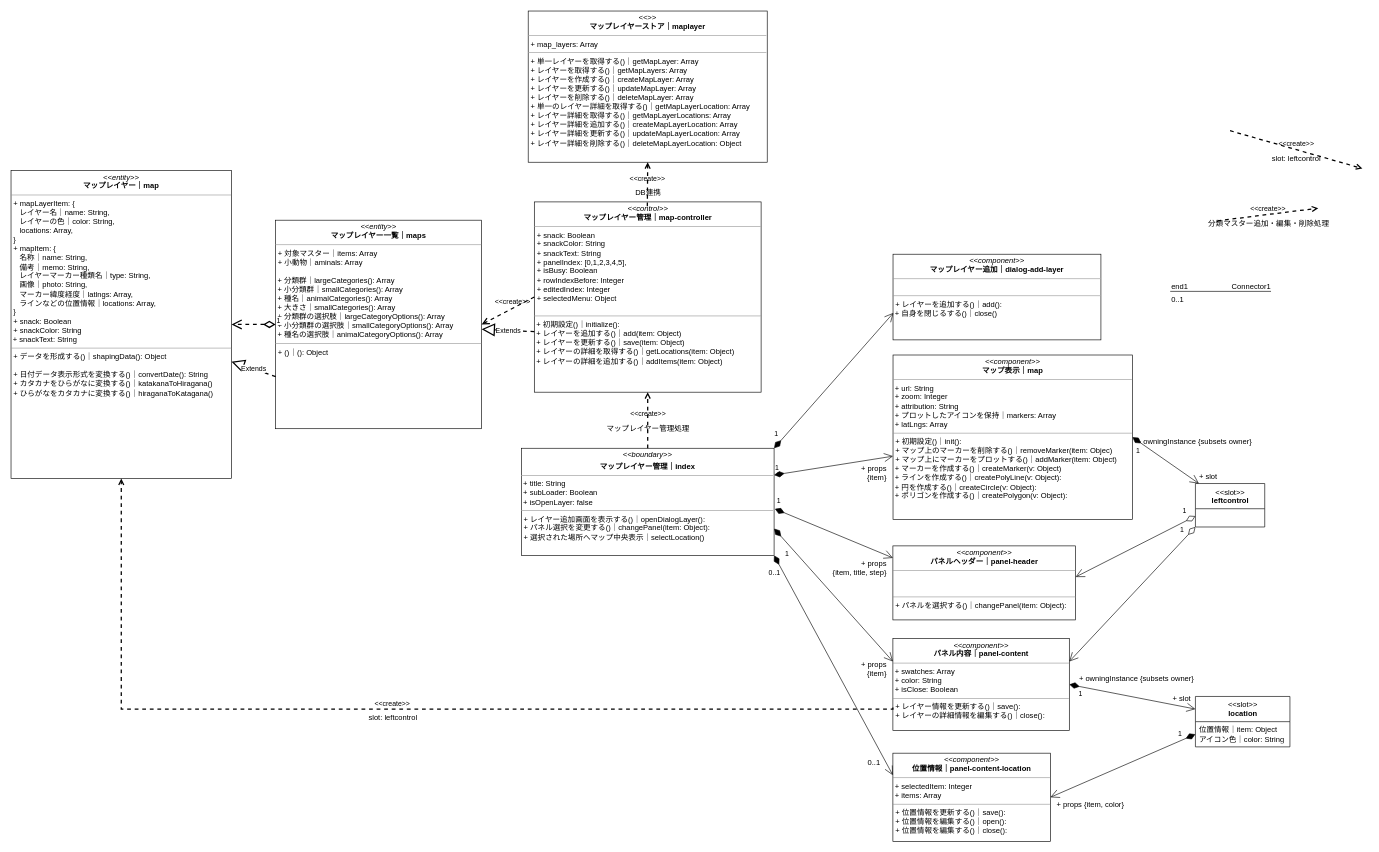
Above: iriomote-anymaps.drawio in kaoru387/draw.io (draw.io), before the change. Source tidied: cells renumbered, new cells numbered last; positions are measured from the earlier drawing's top-left corner, leaving out a move shared by most shapes. Both pictures are drawn from the tidied source at 63%, with x=0, y=0 at pixel (11, 11).
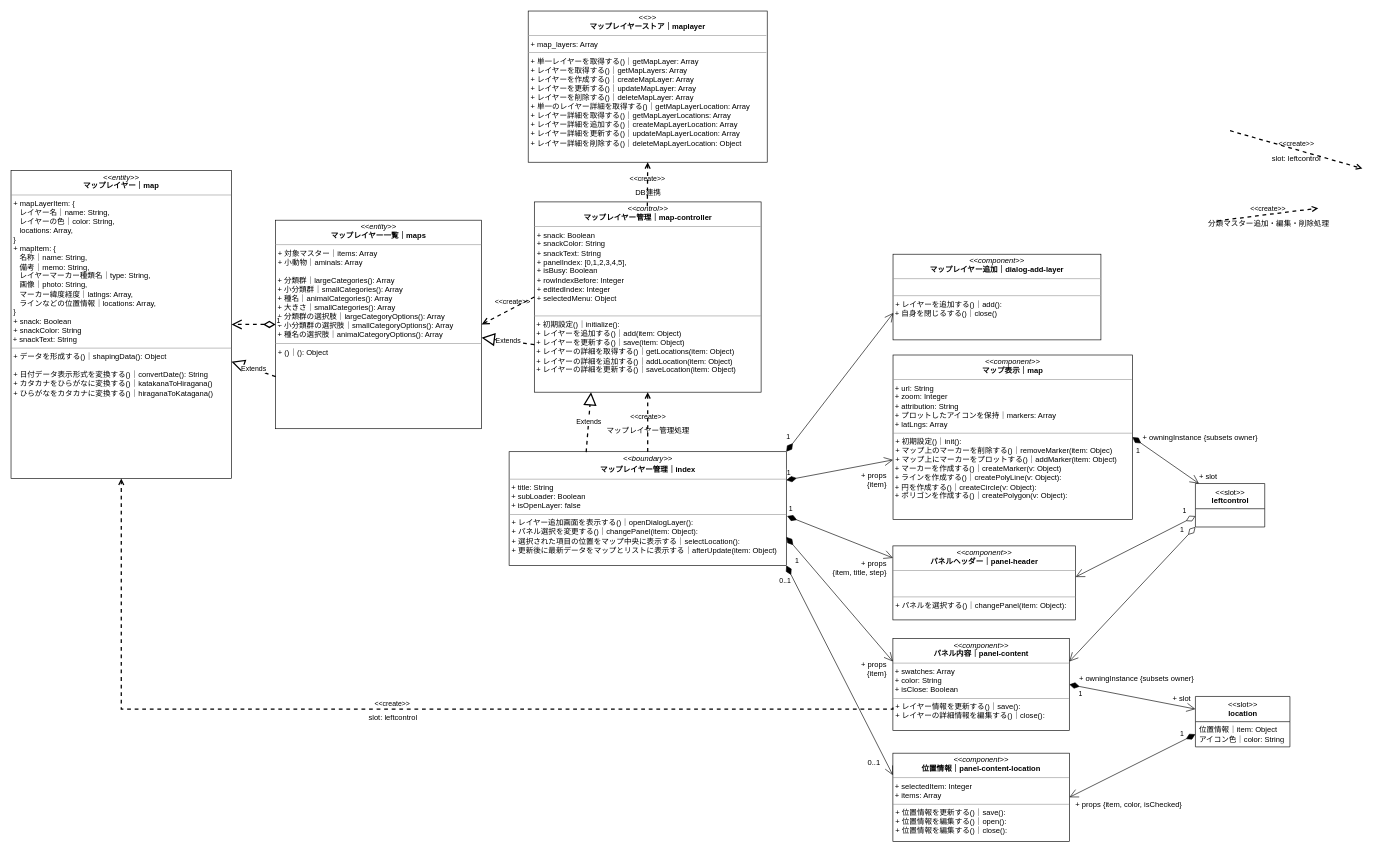
Above is the later version.

Commit message:
iriomote-anymaps.drawio を更新します

The change refers to these unchanged cells:
```xml
<mxCell id="4" value="&lt;p style=&quot;margin:0px;margin-top:4px;text-align:center;&quot;&gt;&lt;i&gt;&amp;lt;&amp;lt;entity&amp;gt;&amp;gt;&lt;/i&gt;&lt;br&gt;&lt;b&gt;マップレイヤー一覧｜&lt;/b&gt;&lt;b&gt;map&lt;/b&gt;&lt;b&gt;s&lt;/b&gt;&lt;br&gt;&lt;/p&gt;&lt;hr size=&quot;1&quot;&gt;&lt;p style=&quot;margin:0px;margin-left:4px;&quot;&gt;+ 対象マスター｜items: Array&lt;/p&gt;&lt;p style=&quot;margin:0px;margin-left:4px;&quot;&gt;+ 小動物｜aminals: Array&lt;br&gt;&lt;/p&gt;&lt;p style=&quot;margin:0px;margin-left:4px;&quot;&gt;&lt;br&gt;&lt;/p&gt;&lt;div style=&quot;&quot;&gt;&lt;div&gt;&amp;nbsp;+ 分類群｜largeCategories(): Array&lt;/div&gt;&lt;div&gt;&amp;nbsp;+ 小分類群｜smallCategories(): Array&lt;/div&gt;&lt;div&gt;&amp;nbsp;+ 種名｜animalCategories(): Array&lt;br&gt;&lt;/div&gt;&lt;div&gt;&amp;nbsp;+ 大きさ｜smallCategories(): Array&lt;br&gt;&lt;/div&gt;&lt;div&gt;&amp;nbsp;+ 分類群の選択肢｜largeCategoryOptions(): Array&lt;/div&gt;&lt;div&gt;&amp;nbsp;+ 小分類群の選択肢｜smallCategoryOptions(): Array&lt;br&gt;&lt;/div&gt;&lt;div&gt;&amp;nbsp;+ 種名の選択肢｜animalCategoryOptions(): Array&lt;/div&gt;&lt;/div&gt;&lt;hr size=&quot;1&quot;&gt;&lt;p style=&quot;margin:0px;margin-left:4px;&quot;&gt;&lt;span style=&quot;background-color: initial;&quot;&gt;+ ()｜(): Object&lt;/span&gt;&lt;br&gt;&lt;/p&gt;&lt;p style=&quot;margin:0px;margin-left:4px;&quot;&gt;&lt;br&gt;&lt;/p&gt;" style="verticalAlign=top;align=left;overflow=fill;fontSize=12;fontFamily=Helvetica;html=1;fontColor=#000000;" parent="1" vertex="1">
  <mxGeometry x="420" y="332" width="327" height="331" as="geometry" />
</mxCell>
```

Diff of the diagram source:
```diff
@@
-    <mxCell id="2" value="&lt;p style=&quot;margin:0px;margin-top:4px;text-align:center;&quot;&gt;&lt;i&gt;&amp;lt;&amp;lt;control&amp;gt;&amp;gt;&lt;/i&gt;&lt;br&gt;&lt;b&gt;マップレイヤー管理｜map-controller&lt;/b&gt;&lt;/p&gt;&lt;hr size=&quot;1&quot;&gt;&lt;p style=&quot;margin:0px;margin-left:4px;&quot;&gt;+&amp;nbsp;&lt;span style=&quot;background-color: initial;&quot;&gt;snack: Boolean&lt;/span&gt;&lt;/p&gt;&lt;p style=&quot;margin:0px;margin-left:4px;&quot;&gt;+ snackColor: String&lt;/p&gt;&lt;p style=&quot;margin:0px;margin-left:4px;&quot;&gt;+ snackText: String&lt;/p&gt;&lt;p style=&quot;margin:0px;margin-left:4px;&quot;&gt;+ panelIndex: [0,1,2,3,4,5],&lt;/p&gt;&lt;p style=&quot;margin:0px;margin-left:4px;&quot;&gt;+ isBusy: Boolean&lt;/p&gt;&lt;p style=&quot;margin:0px;margin-left:4px;&quot;&gt;+ rowIndexBefore: Integer&lt;/p&gt;&lt;p style=&quot;margin:0px;margin-left:4px;&quot;&gt;+ editedIndex: Integer&lt;/p&gt;&lt;p style=&quot;margin:0px;margin-left:4px;&quot;&gt;+ selectedMenu: Object&lt;/p&gt;&lt;br&gt;&lt;div&gt;&lt;/div&gt;&lt;hr size=&quot;1&quot;&gt;&lt;p style=&quot;margin:0px;margin-left:4px;&quot;&gt;&lt;/p&gt;&amp;nbsp;+ 初期設定()｜initialize():&amp;nbsp;&lt;br&gt;&amp;nbsp;&lt;span style=&quot;background-color: initial;&quot;&gt;+&amp;nbsp;&lt;/span&gt;レイヤーを追加する()｜&lt;span style=&quot;background-color: initial;&quot;&gt;add(item: Object)&lt;br&gt;&lt;/span&gt;&amp;nbsp;&lt;span style=&quot;background-color: initial;&quot;&gt;+&amp;nbsp;&lt;/span&gt;レイヤーを更新する()｜&lt;span style=&quot;background-color: initial;&quot;&gt;save(item: Object)&lt;/span&gt;&lt;span style=&quot;background-color: initial;&quot;&gt;&lt;br&gt;&lt;/span&gt;&amp;nbsp;&lt;span style=&quot;background-color: initial;&quot;&gt;+&amp;nbsp;&lt;/span&gt;レイヤーの詳細を取得する()｜&lt;span style=&quot;background-color: initial;&quot;&gt;getLocations(item: Object)&lt;br&gt;&lt;/span&gt;&amp;nbsp;&lt;span style=&quot;background-color: initial;&quot;&gt;+&amp;nbsp;&lt;/span&gt;レイヤーの詳細を追加する()｜&lt;span style=&quot;background-color: initial;&quot;&gt;addItems(item: Object)&lt;/span&gt;&lt;span style=&quot;background-color: initial;&quot;&gt;&lt;br&gt;&lt;/span&gt;" style="verticalAlign=top;align=left;overflow=fill;fontSize=12;fontFamily=Helvetica;html=1;" parent="1" vertex="1">
+    <mxCell id="2" value="&lt;p style=&quot;margin:0px;margin-top:4px;text-align:center;&quot;&gt;&lt;i&gt;&amp;lt;&amp;lt;control&amp;gt;&amp;gt;&lt;/i&gt;&lt;br&gt;&lt;b&gt;マップレイヤー管理｜map-controller&lt;/b&gt;&lt;/p&gt;&lt;hr size=&quot;1&quot;&gt;&lt;p style=&quot;margin:0px;margin-left:4px;&quot;&gt;+&amp;nbsp;&lt;span style=&quot;background-color: initial;&quot;&gt;snack: Boolean&lt;/span&gt;&lt;/p&gt;&lt;p style=&quot;margin:0px;margin-left:4px;&quot;&gt;+ snackColor: String&lt;/p&gt;&lt;p style=&quot;margin:0px;margin-left:4px;&quot;&gt;+ snackText: String&lt;/p&gt;&lt;p style=&quot;margin:0px;margin-left:4px;&quot;&gt;+ panelIndex: [0,1,2,3,4,5],&lt;/p&gt;&lt;p style=&quot;margin:0px;margin-left:4px;&quot;&gt;+ isBusy: Boolean&lt;/p&gt;&lt;p style=&quot;margin:0px;margin-left:4px;&quot;&gt;+ rowIndexBefore: Integer&lt;/p&gt;&lt;p style=&quot;margin:0px;margin-left:4px;&quot;&gt;+ editedIndex: Integer&lt;/p&gt;&lt;p style=&quot;margin:0px;margin-left:4px;&quot;&gt;+ selectedMenu: Object&lt;/p&gt;&lt;br&gt;&lt;div&gt;&lt;/div&gt;&lt;hr size=&quot;1&quot;&gt;&lt;p style=&quot;margin:0px;margin-left:4px;&quot;&gt;&lt;/p&gt;&amp;nbsp;+ 初期設定()｜initialize():&amp;nbsp;&lt;br&gt;&amp;nbsp;&lt;span style=&quot;background-color: initial;&quot;&gt;+&amp;nbsp;&lt;/span&gt;レイヤーを追加する()｜&lt;span style=&quot;background-color: initial;&quot;&gt;add(item: Object)&lt;br&gt;&lt;/span&gt;&amp;nbsp;&lt;span style=&quot;background-color: initial;&quot;&gt;+&amp;nbsp;&lt;/span&gt;レイヤーを更新する()｜&lt;span style=&quot;background-color: initial;&quot;&gt;save(item: Object)&lt;/span&gt;&lt;span style=&quot;background-color: initial;&quot;&gt;&lt;br&gt;&lt;/span&gt;&amp;nbsp;&lt;span style=&quot;background-color: initial;&quot;&gt;+&amp;nbsp;&lt;/span&gt;レイヤーの詳細を取得する()｜&lt;span style=&quot;background-color: initial;&quot;&gt;getLocations(item: Object)&lt;br&gt;&lt;/span&gt;&amp;nbsp;&lt;span style=&quot;background-color: initial;&quot;&gt;+&amp;nbsp;&lt;/span&gt;レイヤーの詳細を追加する()｜&lt;span style=&quot;background-color: initial;&quot;&gt;addLocation(item: Object)&lt;br&gt;&lt;/span&gt;&amp;nbsp;&lt;span style=&quot;background-color: initial;&quot;&gt;+&amp;nbsp;&lt;/span&gt;レイヤーの詳細を更新する()｜&lt;span style=&quot;background-color: initial;&quot;&gt;saveLocation(item: Object)&lt;/span&gt;&lt;span style=&quot;background-color: initial;&quot;&gt;&lt;br&gt;&lt;/span&gt;" style="verticalAlign=top;align=left;overflow=fill;fontSize=12;fontFamily=Helvetica;html=1;" parent="1" vertex="1">
       <mxGeometry x="830.6" y="303" width="360" height="302" as="geometry" />
     </mxCell>
@@
-    <mxCell id="7" value="&lt;p style=&quot;margin:0px;margin-top:4px;text-align:center;&quot;&gt;&lt;i&gt;&amp;lt;&amp;lt;boundary&amp;gt;&amp;gt;&lt;/i&gt;&lt;b&gt;&lt;br&gt;&lt;/b&gt;&lt;/p&gt;&lt;p style=&quot;margin:0px;margin-top:4px;text-align:center;&quot;&gt;&lt;b&gt;マップレイヤー管理｜index&lt;/b&gt;&lt;/p&gt;&lt;hr size=&quot;1&quot;&gt;&lt;div&gt;&amp;nbsp;+ title: String&lt;/div&gt;&lt;div&gt;&lt;span style=&quot;background-color: initial;&quot;&gt;&amp;nbsp;+ subLoader: Boolean&lt;/span&gt;&lt;/div&gt;&lt;div&gt;&lt;span style=&quot;background-color: initial;&quot;&gt;&amp;nbsp;+ isOpenLayer: false&lt;/span&gt;&lt;/div&gt;&lt;hr size=&quot;1&quot;&gt;&lt;p style=&quot;margin:0px;margin-left:4px;&quot;&gt;+ レイヤー追加画面を表示する()｜openDialogLayer():&amp;nbsp;&lt;span style=&quot;background-color: initial;&quot;&gt;&lt;br&gt;&lt;/span&gt;&lt;/p&gt;&lt;p style=&quot;margin:0px;margin-left:4px;&quot;&gt;+ パネル選択を変更する()｜changePanel(item: Object):&amp;nbsp;&lt;br&gt;&lt;/p&gt;&lt;p style=&quot;margin:0px;margin-left:4px;&quot;&gt;+ 選択された場所へマップ中央表示｜selectLocation()&lt;/p&gt;&lt;p style=&quot;margin:0px;margin-left:4px;&quot;&gt;&lt;/p&gt;" style="verticalAlign=top;align=left;overflow=fill;fontSize=12;fontFamily=Helvetica;html=1;" parent="1" vertex="1">
-      <mxGeometry x="810" y="694" width="401.2" height="170" as="geometry" />
+    <mxCell id="7" value="&lt;p style=&quot;margin:0px;margin-top:4px;text-align:center;&quot;&gt;&lt;i&gt;&amp;lt;&amp;lt;boundary&amp;gt;&amp;gt;&lt;/i&gt;&lt;b&gt;&lt;br&gt;&lt;/b&gt;&lt;/p&gt;&lt;p style=&quot;margin:0px;margin-top:4px;text-align:center;&quot;&gt;&lt;b&gt;マップレイヤー管理｜index&lt;/b&gt;&lt;/p&gt;&lt;hr size=&quot;1&quot;&gt;&lt;div&gt;&amp;nbsp;+ title: String&lt;/div&gt;&lt;div&gt;&lt;span style=&quot;background-color: initial;&quot;&gt;&amp;nbsp;+ subLoader: Boolean&lt;/span&gt;&lt;/div&gt;&lt;div&gt;&lt;span style=&quot;background-color: initial;&quot;&gt;&amp;nbsp;+ isOpenLayer: false&lt;/span&gt;&lt;/div&gt;&lt;hr size=&quot;1&quot;&gt;&lt;p style=&quot;margin:0px;margin-left:4px;&quot;&gt;+ レイヤー追加画面を表示する()｜openDialogLayer():&amp;nbsp;&lt;span style=&quot;background-color: initial;&quot;&gt;&lt;br&gt;&lt;/span&gt;&lt;/p&gt;&lt;p style=&quot;margin:0px;margin-left:4px;&quot;&gt;+ パネル選択を変更する()｜changePanel(item: Object):&amp;nbsp;&lt;br&gt;&lt;/p&gt;&lt;p style=&quot;margin:0px;margin-left:4px;&quot;&gt;+ 選択された項目の位置をマップ中央に表示する｜selectLocation():&amp;nbsp;&lt;/p&gt;&lt;p style=&quot;margin:0px;margin-left:4px;&quot;&gt;+ 更新後に最新データをマップとリストに表示する｜afterUpdate(item: Object)&lt;/p&gt;&lt;p style=&quot;margin:0px;margin-left:4px;&quot;&gt;&lt;/p&gt;" style="verticalAlign=top;align=left;overflow=fill;fontSize=12;fontFamily=Helvetica;html=1;" parent="1" vertex="1">
+      <mxGeometry x="790.6" y="699.5" width="440" height="180.5" as="geometry" />
     </mxCell>
@@
-    <mxCell id="13" value="Extends" style="endArrow=block;endSize=16;endFill=0;html=1;rounded=0;dashed=1;fontColor=#000000;sourcePerimeterSpacing=0;targetPerimeterSpacing=0;strokeWidth=2;jumpSize=6;exitX=0;exitY=0.682;exitDx=0;exitDy=0;exitPerimeter=0;" parent="1" edge="1" source="2" target="4">
+    <mxCell id="13" value="Extends" style="endArrow=block;endSize=16;endFill=0;html=1;rounded=0;dashed=1;fontColor=#000000;sourcePerimeterSpacing=0;targetPerimeterSpacing=0;strokeWidth=2;jumpSize=6;exitX=0;exitY=0.75;exitDx=0;exitDy=0;" parent="1" edge="1" source="2" target="4">
       <mxGeometry relative="1" as="geometry" />
     </mxCell>
@@
     <mxCell id="25" value="&lt;p style=&quot;margin:0px;margin-top:4px;text-align:center;&quot;&gt;&lt;i&gt;&amp;lt;&amp;lt;&lt;/i&gt;&lt;i&gt;component&lt;/i&gt;&lt;i&gt;&amp;gt;&amp;gt;&lt;/i&gt;&lt;br&gt;&lt;b&gt;位置情報｜&lt;/b&gt;&lt;b style=&quot;background-color: initial;&quot;&gt;panel-content-location&lt;/b&gt;&lt;/p&gt;&lt;hr size=&quot;1&quot;&gt;&lt;div&gt;&lt;span style=&quot;background-color: initial;&quot;&gt;&amp;nbsp;+ selectedItem: Integer&lt;/span&gt;&lt;/div&gt;&lt;div&gt;&lt;/div&gt;&amp;nbsp;+ items: Array&lt;br&gt;&lt;hr size=&quot;1&quot;&gt;&lt;p style=&quot;margin:0px;margin-left:4px;&quot;&gt;&lt;span style=&quot;background-color: initial;&quot;&gt;+&amp;nbsp;&lt;/span&gt;位置&lt;span style=&quot;background-color: initial;&quot;&gt;情報を更新する()｜save():&amp;nbsp;&lt;/span&gt;&lt;br&gt;&lt;/p&gt;&lt;p style=&quot;margin:0px;margin-left:4px;&quot;&gt;+ 位置情報を編集する()｜open():&amp;nbsp;&lt;span style=&quot;background-color: initial;&quot;&gt;&lt;br&gt;&lt;/span&gt;&lt;/p&gt;&lt;p style=&quot;margin:0px;margin-left:4px;&quot;&gt;+ 位置情報を編集する()｜close():&amp;nbsp;&lt;br&gt;&lt;/p&gt;" style="verticalAlign=top;align=left;overflow=fill;fontSize=12;fontFamily=Helvetica;html=1;" parent="1" vertex="1">
-      <mxGeometry x="1399.8" y="1178" width="250" height="140" as="geometry" />
+      <mxGeometry x="1399.8" y="1178" width="280.2" height="140" as="geometry" />
     </mxCell>
@@
-    <mxCell id="35" value="+ props {item, color}" style="html=1;align=right;verticalAlign=bottom;labelBackgroundColor=none;" parent="1" vertex="1">
-      <mxGeometry x="1618" y="1268" width="150" as="geometry" />
+    <mxCell id="35" value="+ props {item, color, isChecked}" style="html=1;align=right;verticalAlign=bottom;labelBackgroundColor=none;" parent="1" vertex="1">
+      <mxGeometry x="1710" y="1268" width="150" as="geometry" />
     </mxCell>
-    <mxCell id="36" style="endArrow=none;html=1;rounded=0;align=center;verticalAlign=top;endFill=0;labelBackgroundColor=none;" parent="1" edge="1">
-      <mxGeometry relative="1" as="geometry">
-        <mxPoint x="1840" y="445" as="sourcePoint" />
-        <mxPoint x="2000" y="445" as="targetPoint" />
-      </mxGeometry>
-    </mxCell>
-    <mxCell id="37" value="end1" style="html=1;align=left;verticalAlign=bottom;labelBackgroundColor=none;" parent="36" vertex="1">
-      <mxGeometry x="-1" relative="1" as="geometry" />
-    </mxCell>
-    <mxCell id="38" value="0..1" style="html=1;align=left;verticalAlign=top;labelBackgroundColor=none;" parent="36" vertex="1">
-      <mxGeometry x="-1" relative="1" as="geometry" />
-    </mxCell>
-    <mxCell id="39" value="Connector1" style="html=1;align=right;verticalAlign=bottom;labelBackgroundColor=none;" parent="36" vertex="1">
-      <mxGeometry x="1" relative="1" as="geometry" />
-    </mxCell>
@@
     <mxCell id="43" value="+ owningInstance {subsets owner}" style="html=1;align=right;verticalAlign=bottom;labelBackgroundColor=none;" parent="1" vertex="1">
-      <mxGeometry x="1970" y="690.5" as="geometry" />
+      <mxGeometry x="1979" y="686" as="geometry" />
     </mxCell>
@@
     <mxCell id="51" value="+ props&lt;br&gt;&amp;nbsp;{item}" style="html=1;align=right;verticalAlign=bottom;labelBackgroundColor=none;" parent="1" vertex="1">
-      <mxGeometry x="1390" y="749" as="geometry" />
+      <mxGeometry x="1390" y="760" as="geometry" />
     </mxCell>
+    <mxCell id="52" value="Extends" style="endArrow=block;endSize=16;endFill=0;html=1;rounded=0;dashed=1;fontColor=#000000;sourcePerimeterSpacing=0;targetPerimeterSpacing=0;strokeWidth=2;jumpSize=6;exitX=0.278;exitY=0.004;exitDx=0;exitDy=0;exitPerimeter=0;entryX=0.25;entryY=1;entryDx=0;entryDy=0;" parent="1" edge="1" source="7" target="2">
+      <mxGeometry relative="1" as="geometry" />
+    </mxCell>
```
